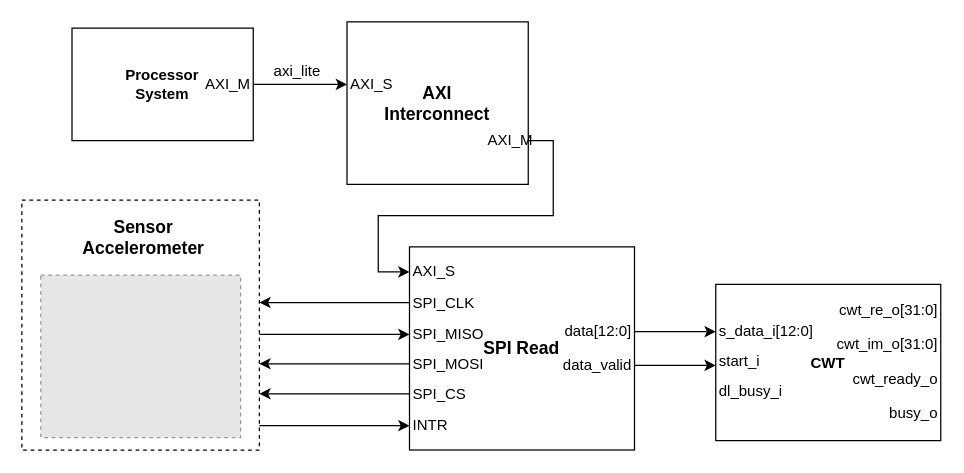
The draw.io diagram 01_doc/03_drawings/01_design/block_diagram.drawio in Diogofernandes5/mthesis, before the edit. Source tidied: cells renumbered, new cells numbered last; positions are measured from the earlier drawing's top-left corner, leaving out a move shared by most shapes. Both pictures are drawn from the tidied source at 125%, with x=0, y=0 at pixel (21, 21). Pictures stored in the file or linked from it are replaced by grey dashed boxes.
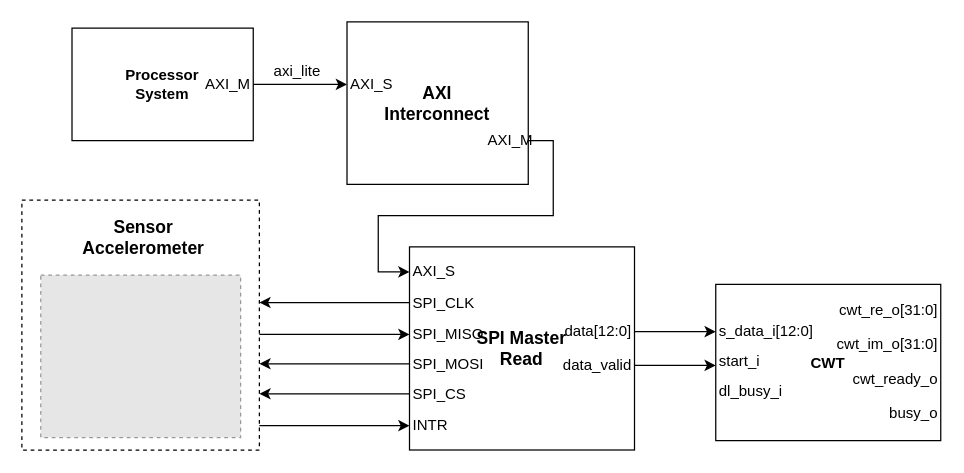
The same page after the edit.

The edit, as a diff of the source:
```diff
@@
-    <mxCell id="13" value="&lt;b&gt;SPI Read&lt;/b&gt;" style="rounded=0;whiteSpace=wrap;html=1;fontFamily=NewsGotT;fontSize=14;" parent="1" vertex="1">
+    <mxCell id="13" value="&lt;div&gt;&lt;b&gt;SPI &lt;/b&gt;&lt;b&gt;Master &lt;br&gt;&lt;/b&gt;&lt;/div&gt;&lt;div&gt;&lt;b&gt;Read&lt;/b&gt;&lt;/div&gt;" style="rounded=0;whiteSpace=wrap;html=1;fontFamily=NewsGotT;fontSize=14;" parent="1" vertex="1">
       <mxGeometry x="310.1" y="180" width="180" height="162.5" as="geometry" />
     </mxCell>
```
